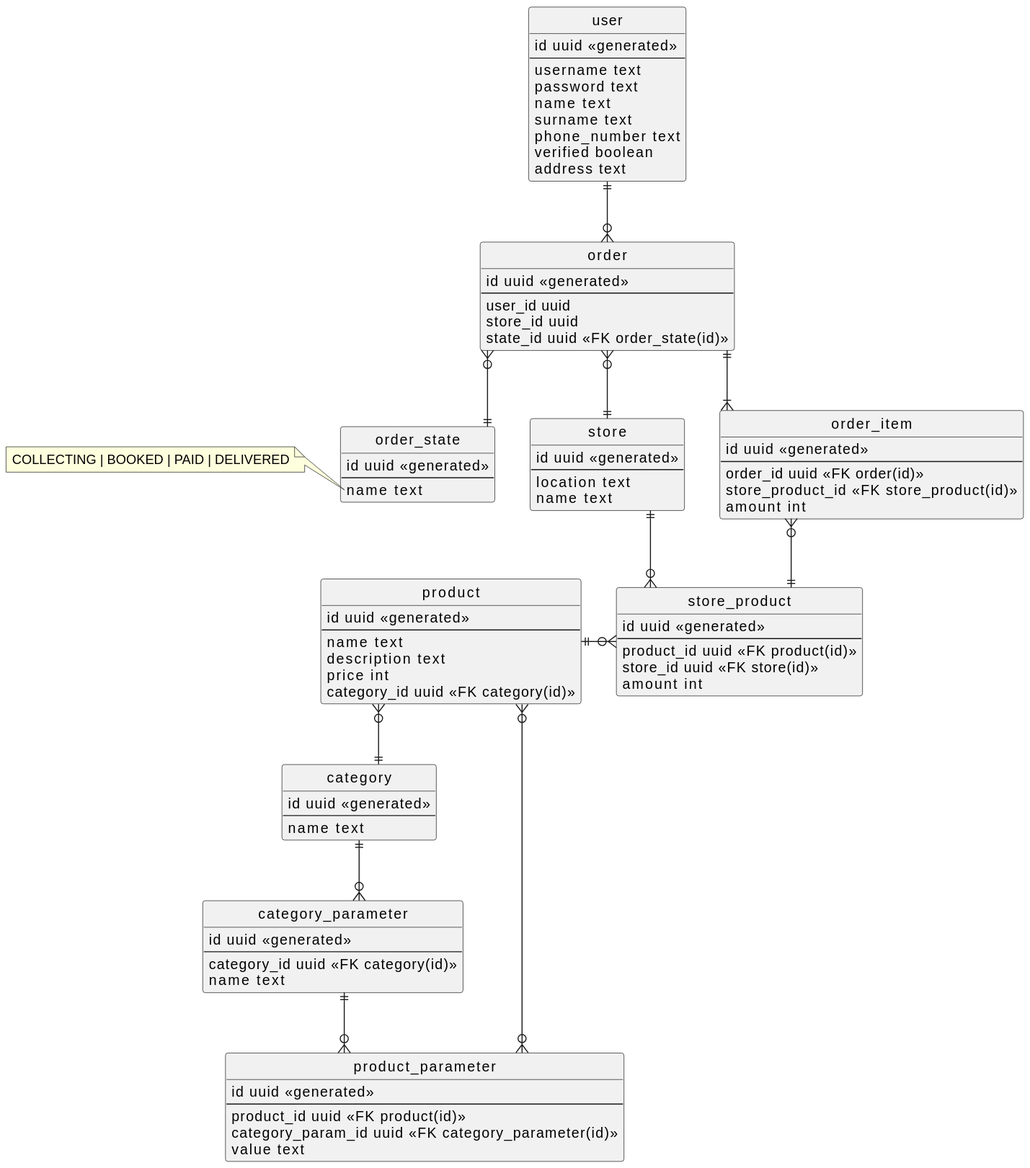
kuzznya/db-design-sem7 keeps this PlantUML diagram as img/lab1.svg. Above is the earlier version. The source it was exported from:
```plantuml
@startuml
hide circle

skinparam linetype ortho

entity product {
    id uuid <<generated>>
    --
    name text
    description text
    price int
    category_id uuid <<FK category(id)>>
}

entity category {
    id uuid <<generated>>
    --
    name text
}

entity category_parameter {
    id uuid <<generated>>
    --
    category_id uuid <<FK category(id)>>
    name text
}

entity product_parameter {
    id uuid <<generated>>
    --
    product_id uuid <<FK product(id)>>
    category_param_id uuid <<FK category_parameter(id)>>
    value text
}

entity store {
    id uuid <<generated>>
    --
    location text
    name text
}

entity store_product {
    id uuid <<generated>>
    --
    product_id uuid <<FK product(id)>>
    store_id uuid <<FK store(id)>>
    amount int
}

entity user {
    id uuid <<generated>>
    --
    username text
    password text
    name text
    surname text
    phone_number text
    verified boolean
    address text
}

entity order {
    id uuid <<generated>>
    --
    user_id uuid
    store_id uuid
    state_id uuid <<FK order_state(id)>>
}

entity order_item {
    id uuid <<generated>>
    --
    order_id uuid <<FK order(id)>>
    store_product_id <<FK store_product(id)>>
    amount int
}

entity order_state {
    id uuid <<generated>>
    --
    name text
}
note left of order_state::name
  COLLECTING | BOOKED | PAID | DELIVERED
end note

product }o--|| category
category ||--o{ category_parameter
category_parameter ||--o{ product_parameter
product_parameter }o--o{ product
store ||--o{ store_product
store_product }o-left-|| product
order }o--|| store
order }o-up-|| user
order_item }|-up-|| order
order_item }o--|| store_product
order }o--|| order_state
@enduml
```
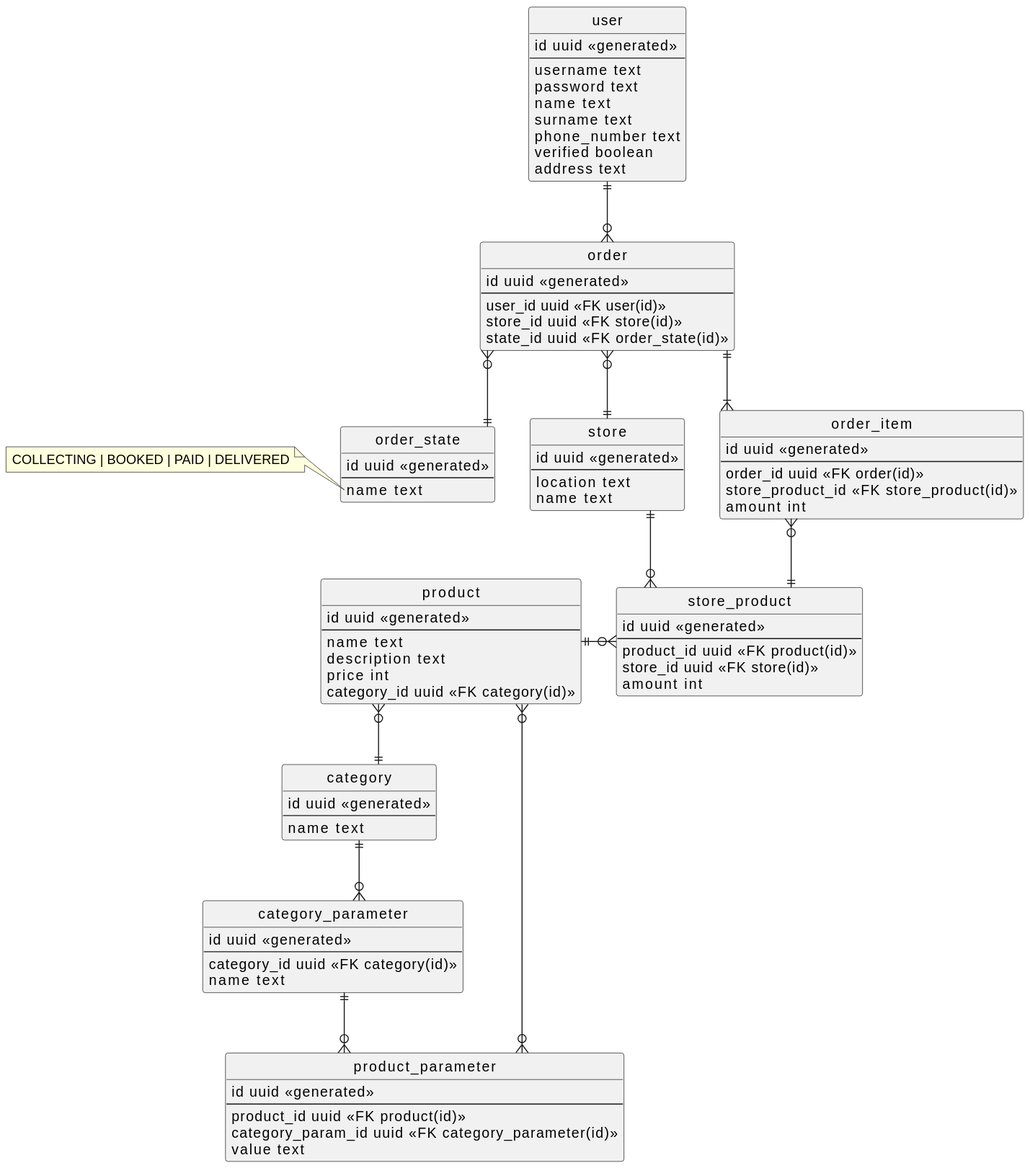
Later version of the same file.

Change to the diagram source:
```diff
@@ -63,8 +63,8 @@
 entity order {
     id uuid <<generated>>
     --
-    user_id uuid
-    store_id uuid
+    user_id uuid <<FK user(id)>>
+    store_id uuid <<FK store(id)>>
     state_id uuid <<FK order_state(id)>>
 }
 
```
